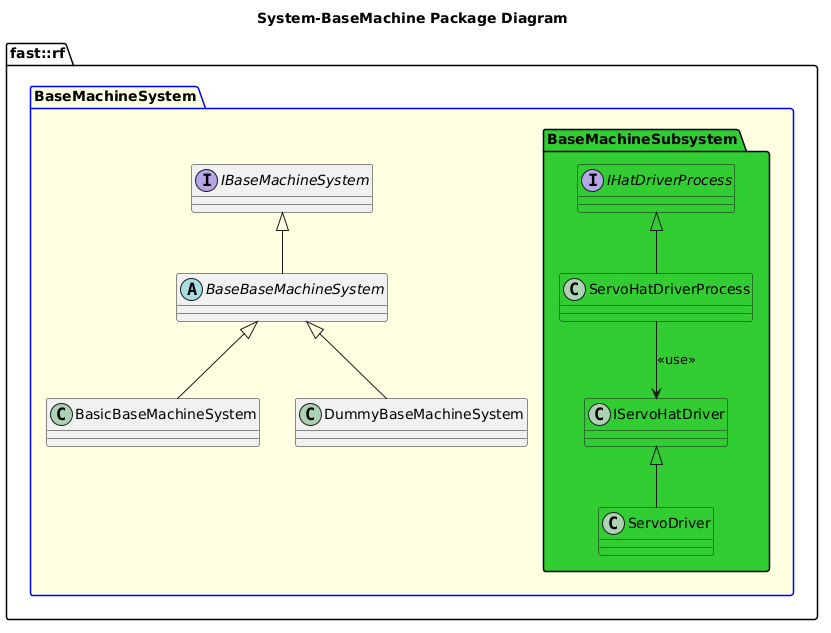
Earlier version of the PlantUML export Systems/BaseMachine/doc/puml/SystemBaseMachinePackageDiagram.png (fastrobotics/robot_framework). The source it was exported from:
```plantuml
@startuml
title System-BaseMachine Package Diagram

namespace fast::rf {
  package BaseMachineSystem #LightYellow;line:blue {
    interface IBaseMachineSystem {
    }
    abstract BaseBaseMachineSystem {
    }
    IBaseMachineSystem <|-- BaseBaseMachineSystem
    class BasicBaseMachineSystem {

    }
    BaseBaseMachineSystem <|-- BasicBaseMachineSystem
    class DummyBaseMachineSystem  {
    }
    BaseBaseMachineSystem <|-- DummyBaseMachineSystem
    namespace BaseMachineSubsystem #LimeGreen {
      interface IHatDriverProcess #LimeGreen
      class ServoHatDriverProcess #LimeGreen
      ServoHatDriverProcess -up-|> IHatDriverProcess
      class IServoHatDriver #LimeGreen
      class ServoDriver #LimeGreen
      ServoDriver -up-|> IServoHatDriver
      ServoHatDriverProcess --> IServoHatDriver: <<use>>
    }
  }
}
@enduml
```
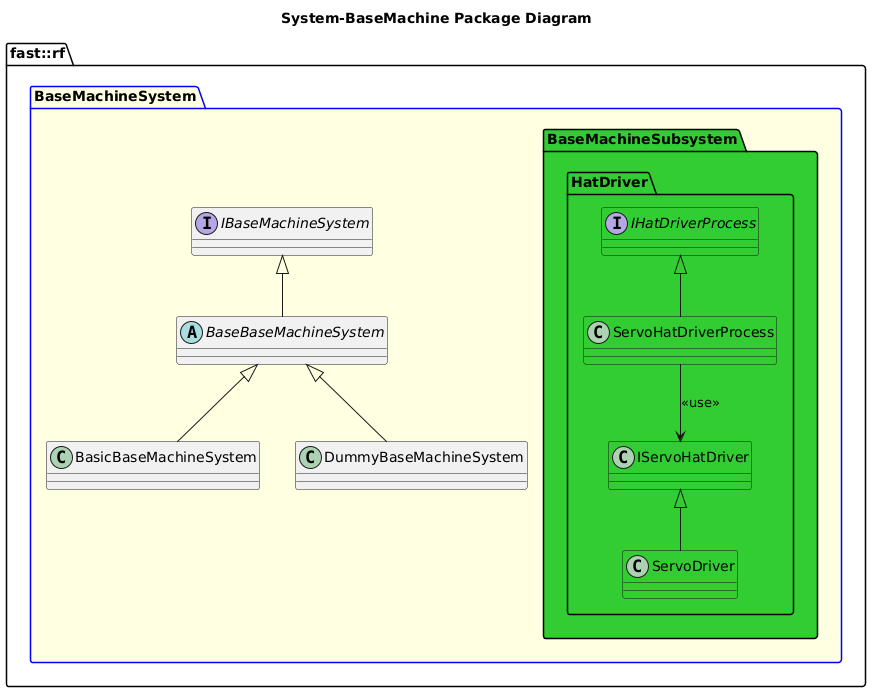
After the change.

Diff of the diagram source:
```diff
@@ -16,13 +16,15 @@
     }
     BaseBaseMachineSystem <|-- DummyBaseMachineSystem
     namespace BaseMachineSubsystem #LimeGreen {
-      interface IHatDriverProcess #LimeGreen
-      class ServoHatDriverProcess #LimeGreen
-      ServoHatDriverProcess -up-|> IHatDriverProcess
-      class IServoHatDriver #LimeGreen
-      class ServoDriver #LimeGreen
-      ServoDriver -up-|> IServoHatDriver
-      ServoHatDriverProcess --> IServoHatDriver: <<use>>
+      namespace HatDriver {
+        interface IHatDriverProcess #LimeGreen
+        class ServoHatDriverProcess #LimeGreen
+        ServoHatDriverProcess -up-|> IHatDriverProcess
+        class IServoHatDriver #LimeGreen
+        class ServoDriver #LimeGreen
+        ServoDriver -up-|> IServoHatDriver
+        ServoHatDriverProcess --> IServoHatDriver: <<use>>
+      }
     }
   }
 }
```
